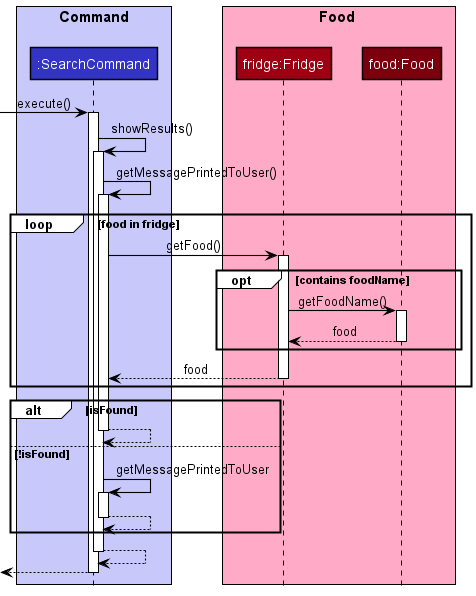
Above: docs/diagrams/diagram_images/SearchSequenceDiagram.png in nus-cs2113-AY2021S2/tp (PlantUML), before the change.
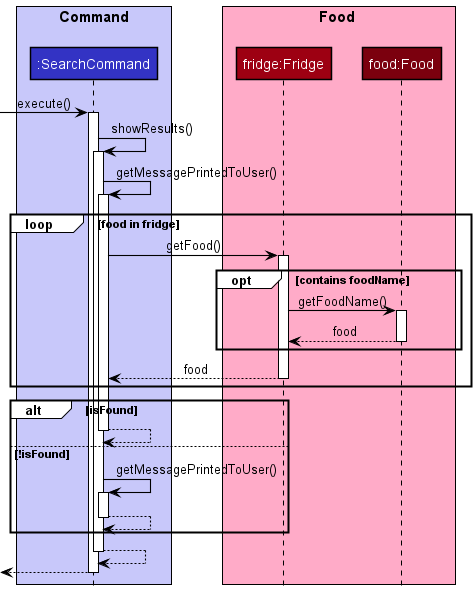
Later version of the same file.

Diff of the diagram source:
```diff
@@ -32,7 +32,7 @@
 alt isFound
     return
 else !isFound
-    SearchCommand -> SearchCommand: getMessagePrintedToUser
+    SearchCommand -> SearchCommand: getMessagePrintedToUser()
     activate SearchCommand
     return
 end
```
